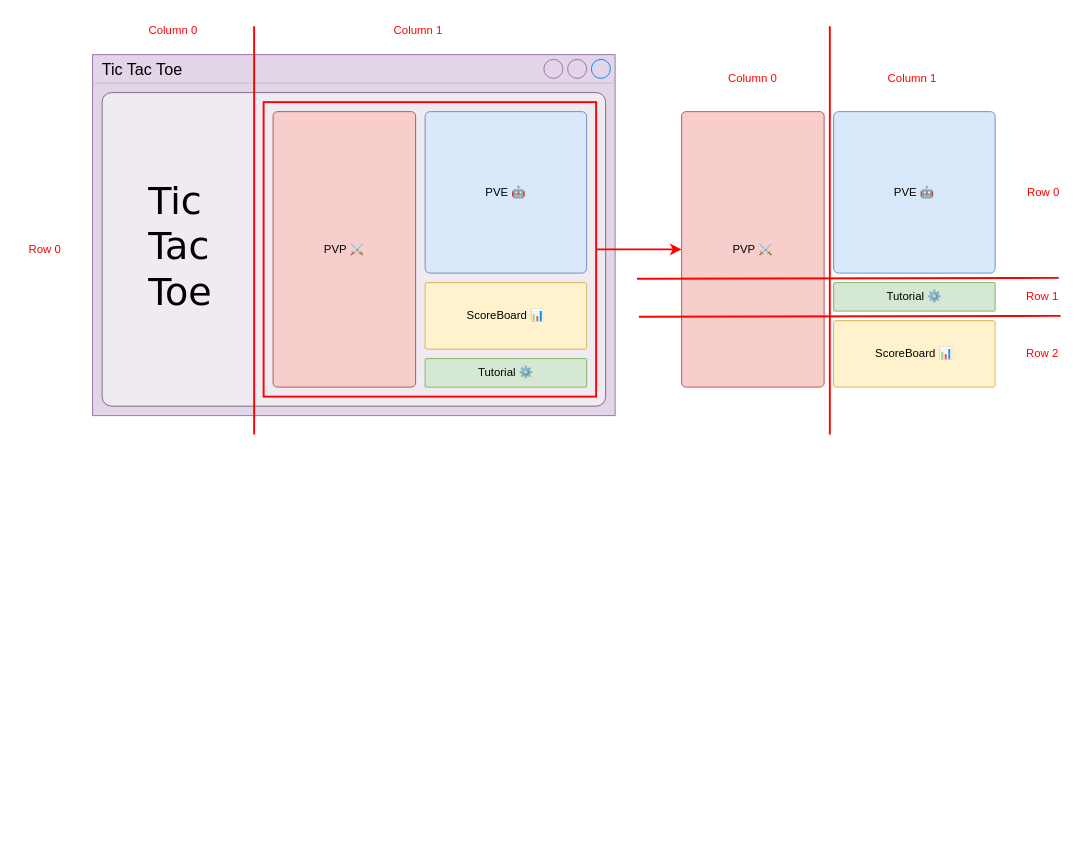
Above: planning/Sprint2_Design/Design_Sprint2.drawio in MichaelHayesMC/Tic-Tac-Toe (draw.io), before the change. Source tidied: cells renumbered, new cells numbered last; positions are measured from the earlier drawing's top-left corner, leaving out a move shared by most shapes. Both pictures are drawn from the tidied source at 95%, with x=0, y=0 at pixel (16, 16).
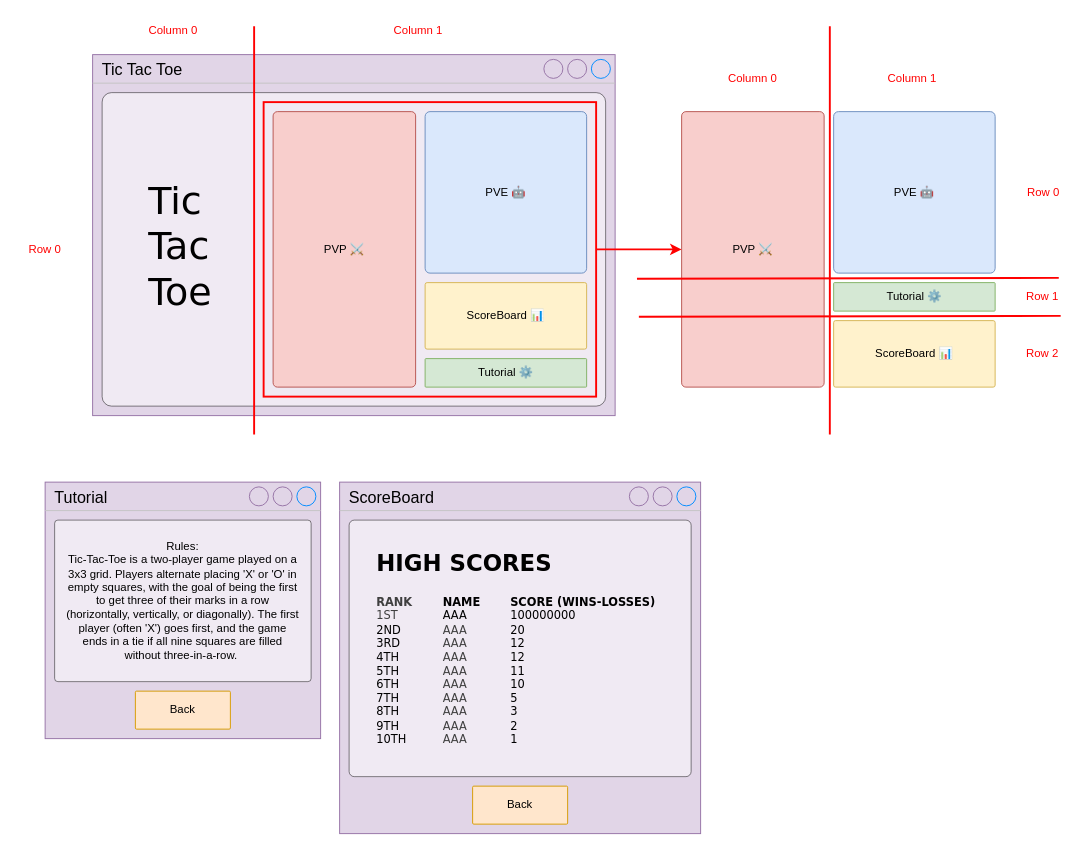
Above is the later version.

Commit message:
Added some tweaks to the sprint 2 design features

The edit, as a diff of the source:
```diff
@@
+    <mxCell id="27" value="Tutorial" style="strokeWidth=1;shadow=0;dashed=0;align=center;html=1;shape=mxgraph.mockup.containers.window;align=left;verticalAlign=top;spacingLeft=8;strokeColor2=#008cff;strokeColor3=#c4c4c4;mainText=;fontSize=17;labelBackgroundColor=none;whiteSpace=wrap;fillColor=#e1d5e7;strokeColor=#9673a6;" parent="1" vertex="1">
+      <mxGeometry x="30" y="490" width="290" height="270" as="geometry" />
+    </mxCell>
+    <mxCell id="28" value="Rules:&lt;div&gt;Tic-Tac-Toe is a two-player game played on a 3x3 grid. Players alternate placing 'X' or 'O' in empty squares, with the goal of being the first to get three of their marks in a row (horizontally, vertically, or diagonally). The first player (often 'X') goes first, and the game ends in a tie if all nine squares are filled without three-in-a-row.&amp;nbsp;&lt;/div&gt;" style="rounded=1;whiteSpace=wrap;html=1;arcSize=2;opacity=50;spacingLeft=10;spacingRight=10;" parent="1" vertex="1">
+      <mxGeometry x="40" y="530" width="270" height="170" as="geometry" />
+    </mxCell>
+    <mxCell id="29" value="Back" style="rounded=1;whiteSpace=wrap;html=1;arcSize=3;fillColor=#ffe6cc;strokeColor=#d79b00;" parent="1" vertex="1">
+      <mxGeometry x="125" y="710" width="100" height="40" as="geometry" />
+    </mxCell>
+    <mxCell id="30" value="ScoreBoard" style="strokeWidth=1;shadow=0;dashed=0;align=center;html=1;shape=mxgraph.mockup.containers.window;align=left;verticalAlign=top;spacingLeft=8;strokeColor2=#008cff;strokeColor3=#c4c4c4;mainText=;fontSize=17;labelBackgroundColor=none;whiteSpace=wrap;fillColor=#e1d5e7;strokeColor=#9673a6;" parent="1" vertex="1">
+      <mxGeometry x="340" y="490" width="380" height="370" as="geometry" />
+    </mxCell>
+    <mxCell id="31" style="rounded=1;whiteSpace=wrap;html=1;arcSize=2;opacity=50;spacingLeft=10;spacingRight=10;" parent="1" vertex="1">
+      <mxGeometry x="350" y="530" width="360" height="270" as="geometry" />
+    </mxCell>
+    <mxCell id="32" value="Back" style="rounded=1;whiteSpace=wrap;html=1;arcSize=3;fillColor=#ffe6cc;strokeColor=#d79b00;" parent="1" vertex="1">
+      <mxGeometry x="480" y="810" width="100" height="40" as="geometry" />
+    </mxCell>
+    <mxCell id="33" value="&lt;font style=&quot;font-size: 24px;&quot;&gt;HIGH SCORES&lt;/font&gt;" style="text;html=1;align=left;verticalAlign=middle;whiteSpace=wrap;rounded=0;fontFamily=Verdana;fontStyle=1;" parent="1" vertex="1">
+      <mxGeometry x="376.5" y="553" width="307" height="45" as="geometry" />
+    </mxCell>
+    <mxCell id="34" value="&lt;div&gt;&lt;span style=&quot;color: rgb(63, 63, 63); background-color: transparent;&quot;&gt;&lt;b&gt;RANK&lt;/b&gt;&lt;/span&gt;&lt;/div&gt;&lt;div&gt;&lt;span style=&quot;color: rgb(63, 63, 63); background-color: transparent;&quot;&gt;1ST&lt;/span&gt;&lt;/div&gt;&lt;div&gt;&lt;font style=&quot;font-size: 12px;&quot;&gt;2ND&lt;/font&gt;&lt;/div&gt;&lt;div&gt;&lt;font style=&quot;font-size: 12px;&quot;&gt;3RD&lt;/font&gt;&lt;/div&gt;&lt;div&gt;&lt;font style=&quot;font-size: 12px;&quot;&gt;4TH&lt;/font&gt;&lt;/div&gt;&lt;div&gt;&lt;font style=&quot;font-size: 12px;&quot;&gt;5TH&lt;/font&gt;&lt;/div&gt;&lt;div&gt;&lt;font style=&quot;font-size: 12px;&quot;&gt;6TH&lt;/font&gt;&lt;/div&gt;&lt;div&gt;&lt;font style=&quot;font-size: 12px;&quot;&gt;7TH&lt;/font&gt;&lt;/div&gt;&lt;div&gt;&lt;font style=&quot;font-size: 12px;&quot;&gt;8TH&lt;/font&gt;&lt;/div&gt;&lt;div&gt;&lt;font style=&quot;font-size: 12px;&quot;&gt;9TH&lt;/font&gt;&lt;/div&gt;&lt;div&gt;&lt;font style=&quot;font-size: 12px;&quot;&gt;10TH&lt;/font&gt;&lt;/div&gt;" style="text;html=1;align=left;verticalAlign=top;whiteSpace=wrap;rounded=0;fontFamily=Verdana;spacing=2;" parent="1" vertex="1">
+      <mxGeometry x="376.5" y="602.5" width="43.5" height="247.5" as="geometry" />
+    </mxCell>
+    <mxCell id="35" value="&lt;div&gt;&lt;b&gt;NAME&lt;/b&gt;&lt;br&gt;AAA&lt;/div&gt;&lt;div&gt;&lt;span style=&quot;color: rgb(63, 63, 63);&quot;&gt;AAA&lt;/span&gt;&lt;/div&gt;&lt;div&gt;&lt;span style=&quot;color: rgb(63, 63, 63);&quot;&gt;AAA&lt;/span&gt;&lt;span style=&quot;color: rgb(63, 63, 63);&quot;&gt;&lt;/span&gt;&lt;/div&gt;&lt;div&gt;&lt;span style=&quot;color: rgb(63, 63, 63);&quot;&gt;AAA&lt;/span&gt;&lt;span style=&quot;color: rgb(63, 63, 63);&quot;&gt;&lt;/span&gt;&lt;/div&gt;&lt;div&gt;&lt;span style=&quot;color: rgb(63, 63, 63);&quot;&gt;AAA&lt;/span&gt;&lt;span style=&quot;color: rgb(63, 63, 63);&quot;&gt;&lt;/span&gt;&lt;/div&gt;&lt;div&gt;&lt;span style=&quot;color: rgb(63, 63, 63);&quot;&gt;AAA&lt;/span&gt;&lt;span style=&quot;color: rgb(63, 63, 63);&quot;&gt;&lt;/span&gt;&lt;/div&gt;&lt;div&gt;&lt;span style=&quot;color: rgb(63, 63, 63);&quot;&gt;AAA&lt;/span&gt;&lt;span style=&quot;color: rgb(63, 63, 63);&quot;&gt;&lt;/span&gt;&lt;/div&gt;&lt;div&gt;&lt;span style=&quot;color: rgb(63, 63, 63);&quot;&gt;&lt;span style=&quot;color: rgb(63, 63, 63);&quot;&gt;AAA&lt;/span&gt;&lt;/span&gt;&lt;/div&gt;&lt;div&gt;&lt;span style=&quot;color: rgb(63, 63, 63);&quot;&gt;&lt;span style=&quot;color: rgb(63, 63, 63);&quot;&gt;AAA&lt;/span&gt;&lt;span style=&quot;color: rgb(63, 63, 63);&quot;&gt;&lt;/span&gt;&lt;/span&gt;&lt;/div&gt;&lt;div&gt;&lt;span style=&quot;color: rgb(63, 63, 63);&quot;&gt;&lt;span style=&quot;color: rgb(63, 63, 63);&quot;&gt;AAA&lt;/span&gt;&lt;span style=&quot;color: rgb(63, 63, 63);&quot;&gt;&lt;/span&gt;&lt;/span&gt;&lt;/div&gt;" style="text;html=1;align=left;verticalAlign=top;whiteSpace=wrap;rounded=0;fontFamily=Verdana;spacing=2;" parent="1" vertex="1">
+      <mxGeometry x="446.5" y="602.5" width="43.5" height="247.5" as="geometry" />
+    </mxCell>
+    <mxCell id="36" value="&lt;div&gt;&lt;b&gt;SCORE (WINS-LOSSES)&lt;/b&gt;&lt;br&gt;100000000&lt;br&gt;20&lt;br&gt;12&lt;br&gt;12&lt;br&gt;11&lt;br&gt;10&lt;br&gt;5&lt;br&gt;3&lt;br&gt;2&lt;br&gt;1&lt;/div&gt;" style="text;html=1;align=left;verticalAlign=top;whiteSpace=wrap;rounded=0;fontFamily=Verdana;spacing=2;" parent="1" vertex="1">
+      <mxGeometry x="517.5" y="602.5" width="193.5" height="247.5" as="geometry" />
+    </mxCell>
```
